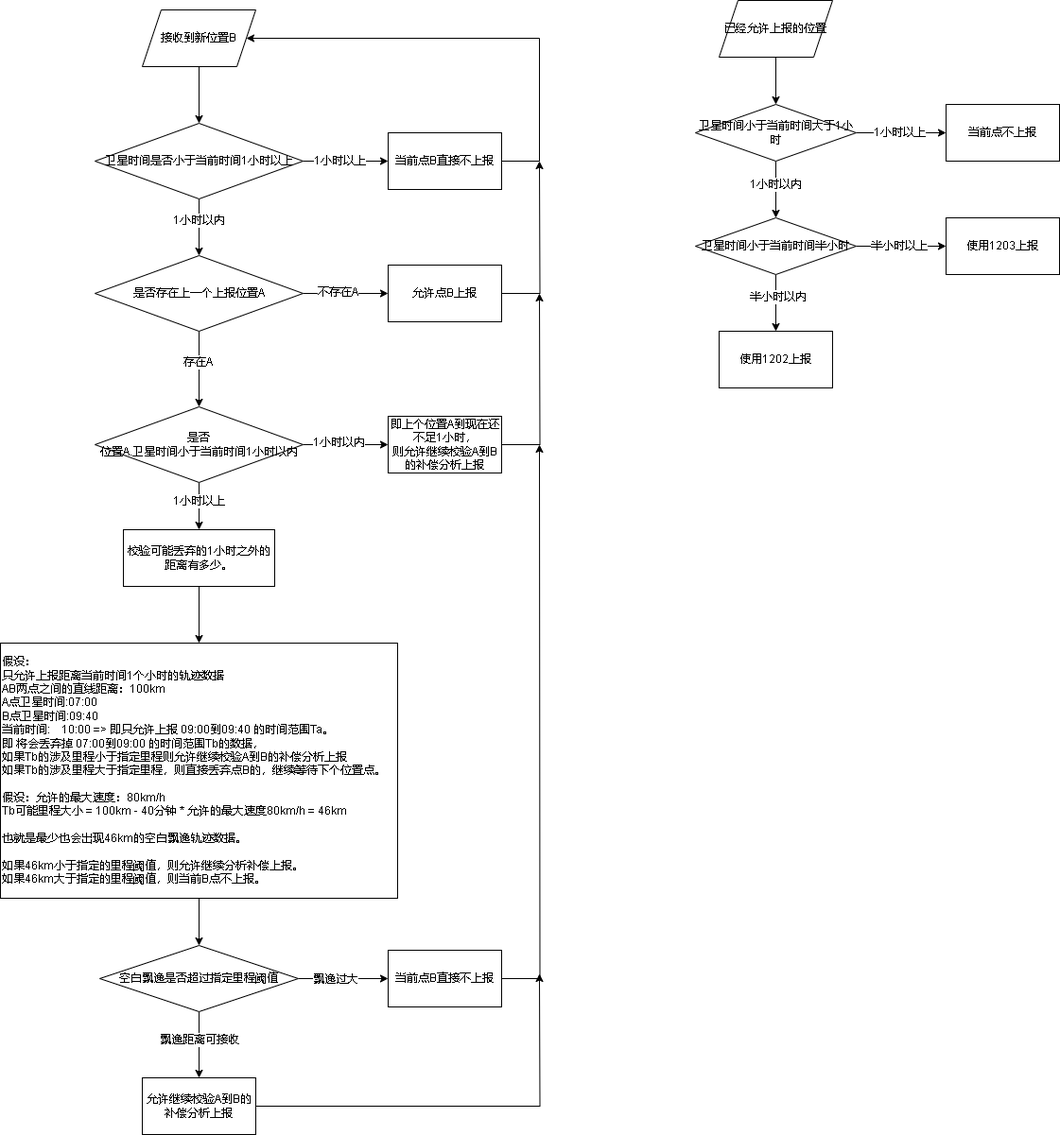
The draw.io diagram 809轨迹时间异常.drawio.png in xktder/draw, before a commit. Source tidied: cells renumbered, new cells last; positions are measured from the earlier drawing's top-left corner, leaving out a move shared by most shapes.
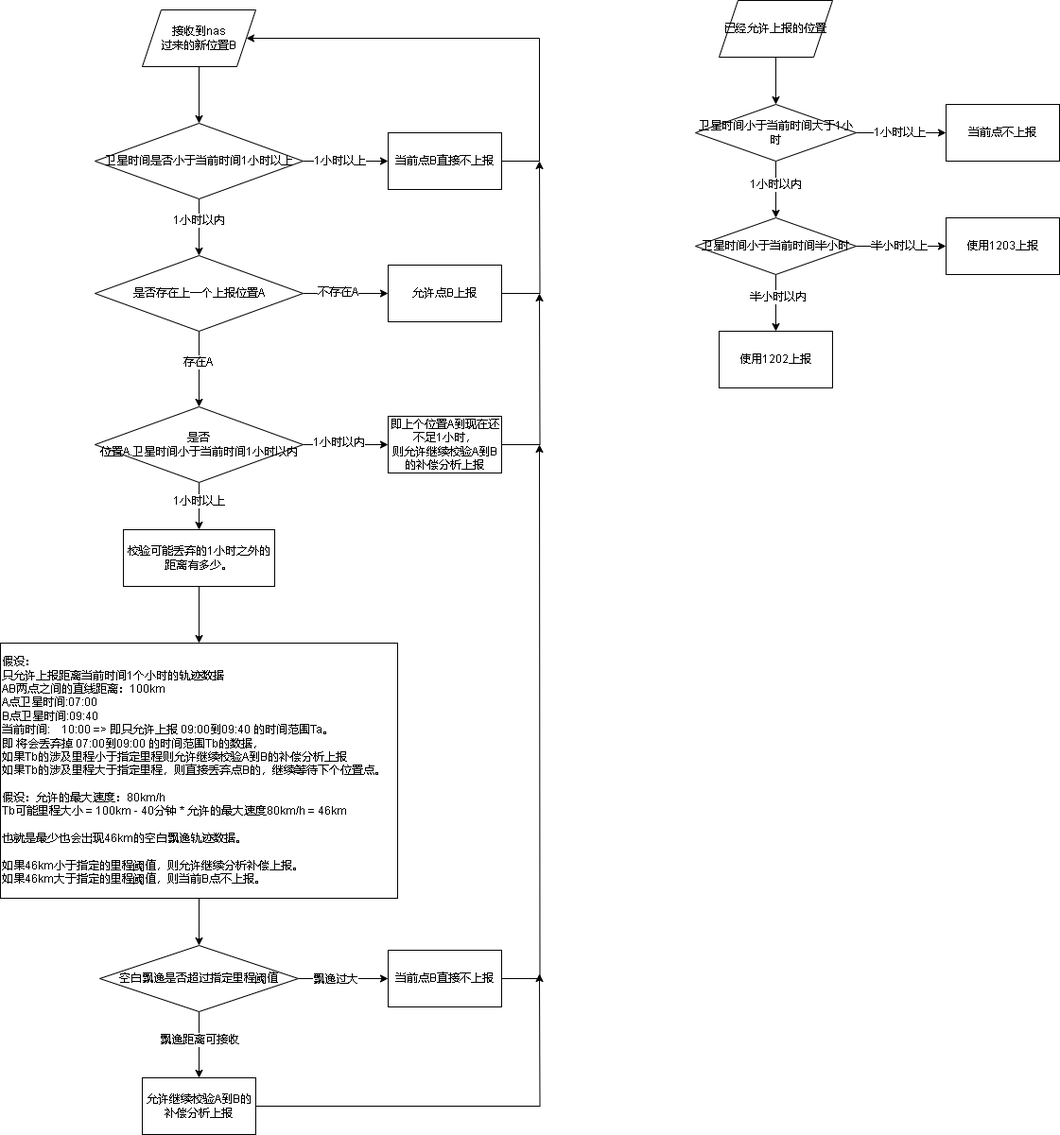
After the commit.

Commit message:
更新809轨迹时间异常.drawio.png

Diff of the diagram source:
```diff
@@ -20,7 +20,7 @@
     <mxCell id="7" style="edgeStyle=orthogonalEdgeStyle;rounded=0;jettySize=auto;html=1;entryX=0.5;entryY=0;entryDx=0;entryDy=0;" parent="1" edge="1" source="8" target="6">
       <mxGeometry relative="1" as="geometry" />
     </mxCell>
-    <mxCell id="8" value="接收到新位置B" style="shape=parallelogram;perimeter=parallelogramPerimeter;whiteSpace=wrap;html=1;fixedSize=1;" parent="1" vertex="1">
+    <mxCell id="8" value="接收到nas&lt;br&gt;过来的新位置B" style="shape=parallelogram;perimeter=parallelogramPerimeter;whiteSpace=wrap;html=1;fixedSize=1;" parent="1" vertex="1">
       <mxGeometry x="150" y="10" width="120" height="60" as="geometry" />
     </mxCell>
     <mxCell id="9" style="edgeStyle=orthogonalEdgeStyle;rounded=0;jettySize=auto;html=1;entryX=1;entryY=0.5;entryDx=0;entryDy=0;" parent="1" edge="1" source="10" target="8">
```
